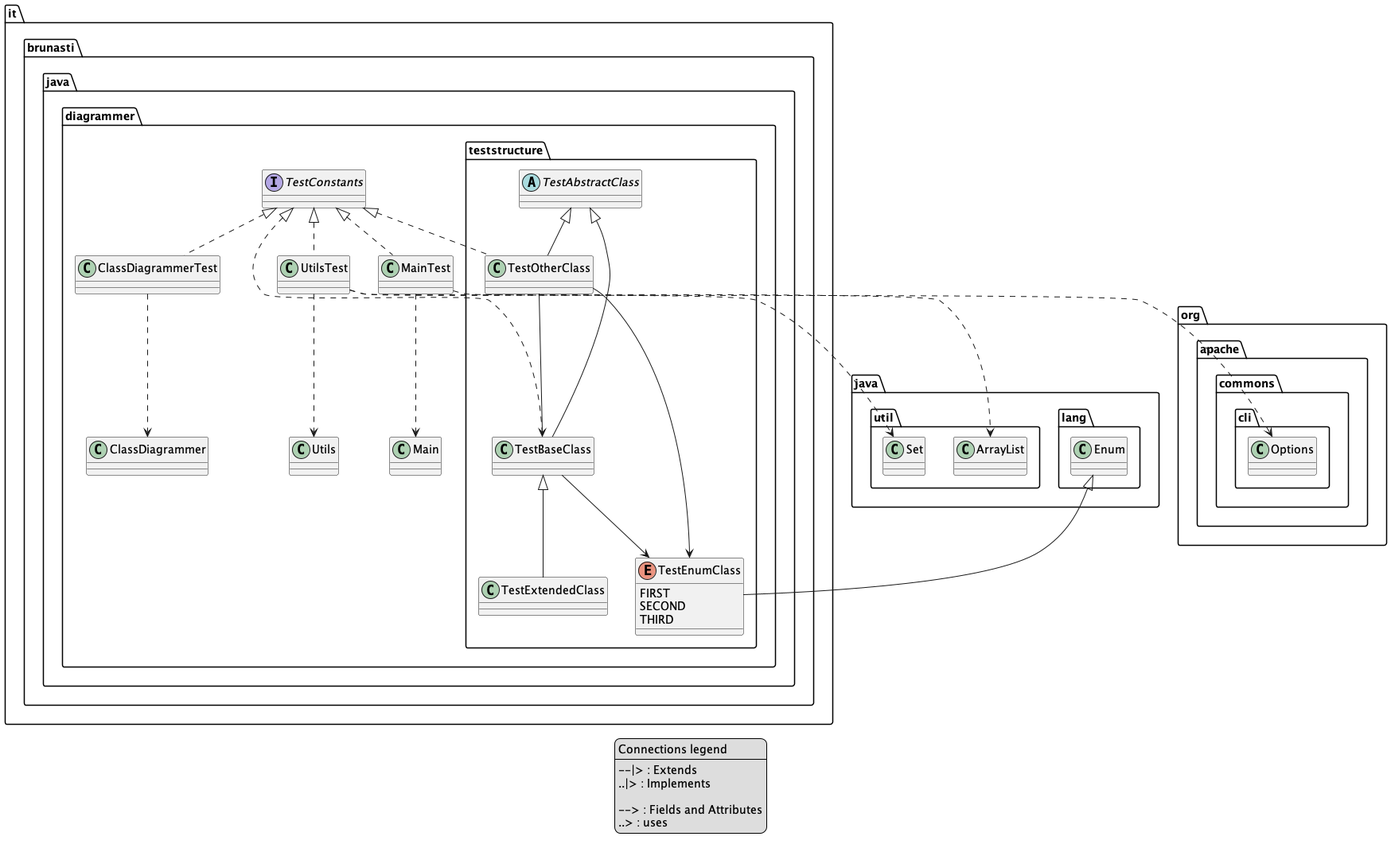
Earlier version of the PlantUML export temp/output-test.png (brunasti/java-diagrammer).
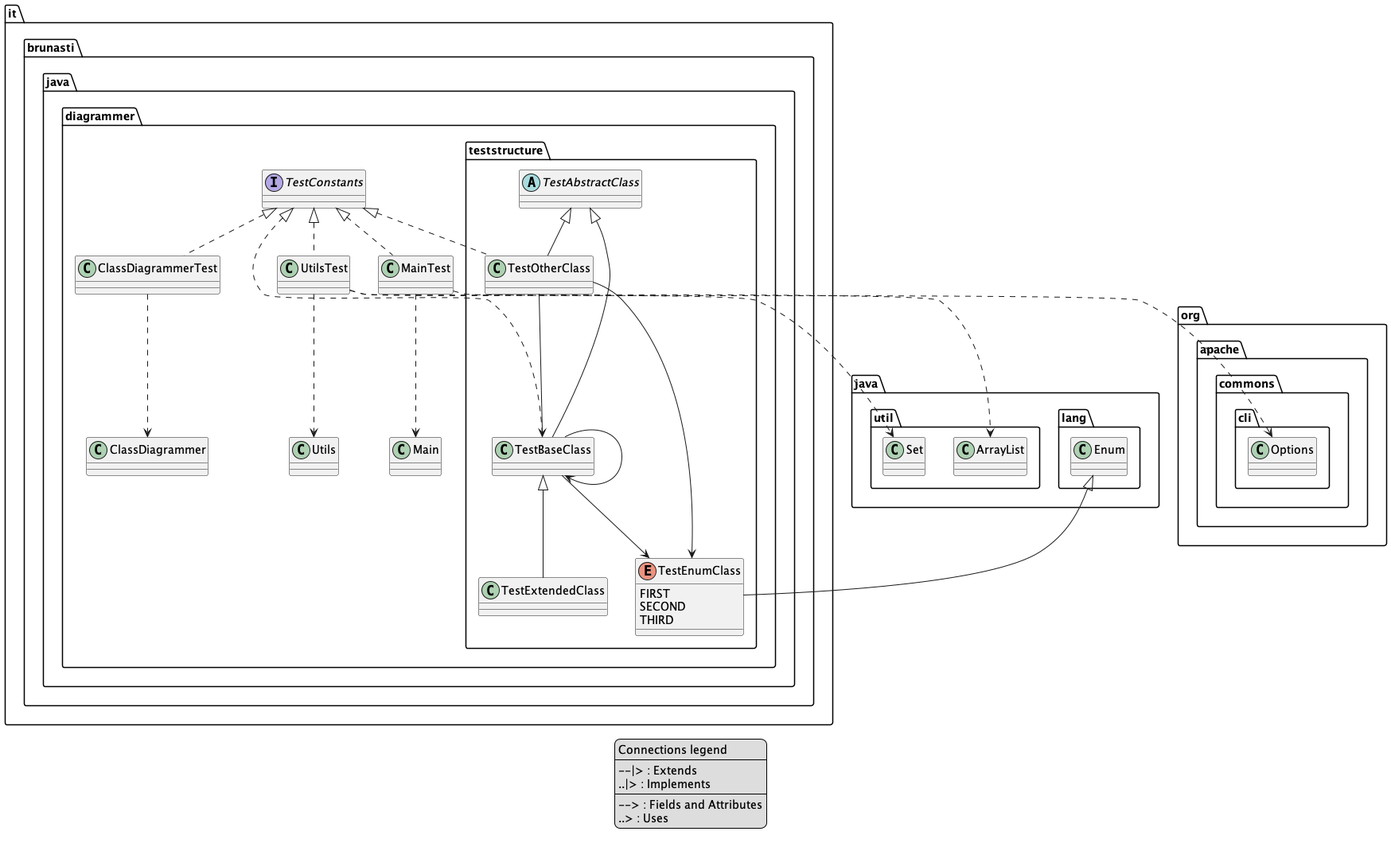
After the change.

Commit message:
Updates diagram images bis

Diff of the diagram source:
```diff
@@ -5,9 +5,9 @@
 ----
 --|> : Extends
 ..|> : Implements
-
+----
 --> : Fields and Attributes
-..> : uses
+..> : Uses
 end legend
 
 
@@ -37,6 +37,7 @@
 it.brunasti.java.diagrammer.TestConstants <|.. it.brunasti.java.diagrammer.teststructure.TestOtherClass
 it.brunasti.java.diagrammer.TestConstants <|.. it.brunasti.java.diagrammer.MainTest
 
+it.brunasti.java.diagrammer.teststructure.TestBaseClass --> it.brunasti.java.diagrammer.teststructure.TestBaseClass
 it.brunasti.java.diagrammer.teststructure.TestBaseClass --> it.brunasti.java.diagrammer.teststructure.TestEnumClass
 it.brunasti.java.diagrammer.teststructure.TestOtherClass --> it.brunasti.java.diagrammer.teststructure.TestBaseClass
 it.brunasti.java.diagrammer.teststructure.TestOtherClass --> it.brunasti.java.diagrammer.teststructure.TestEnumClass
```
